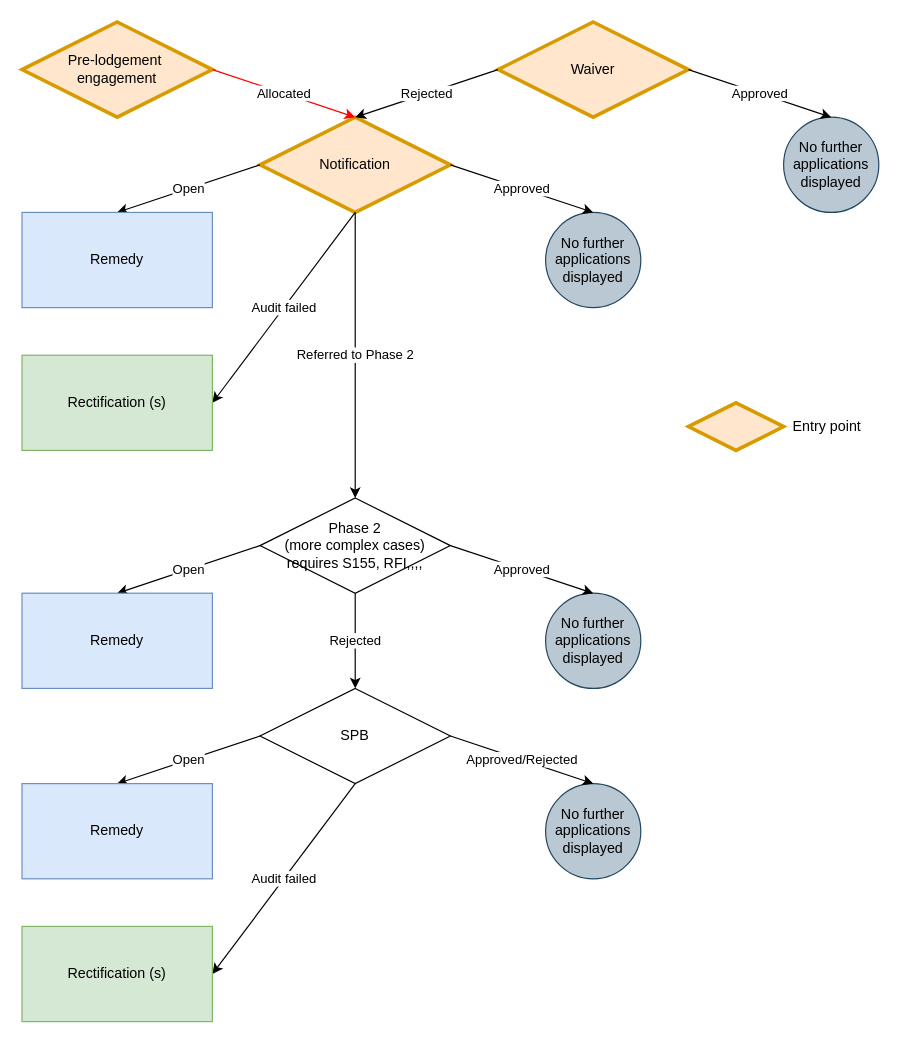
danieldotskc/helloworld keeps this draw.io diagram as page "Form flow" (4 of 12) of Merger.drawio. Above is the earlier version. Source tidied: cells renumbered, new cells numbered last; positions are measured from the earlier drawing's top-left corner, leaving out a move shared by most shapes. Both pictures are drawn from the tidied source at 119%, with x=0, y=0 at pixel (21, 21).
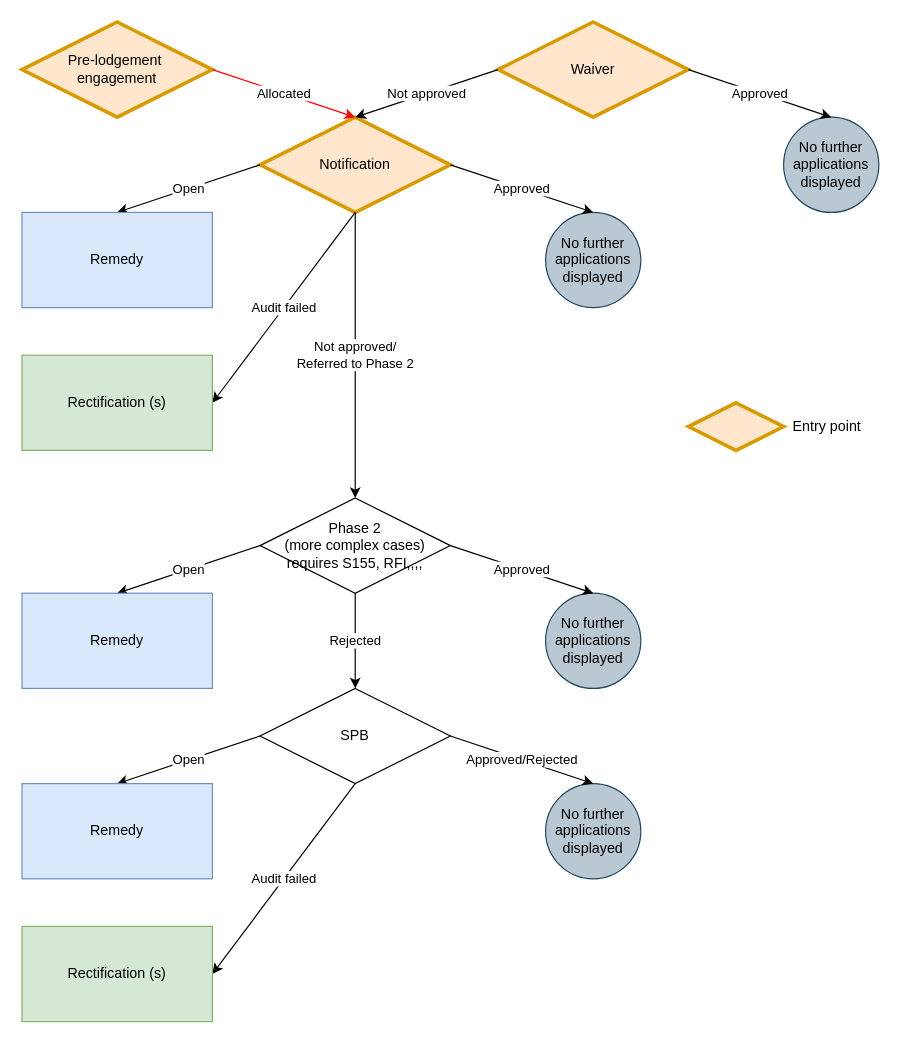
The same page after the edit.

Unchanged cells that the change refers to:
```xml
<mxCell id="2" value="Notification" style="rhombus;whiteSpace=wrap;html=1;strokeWidth=3;fillColor=#ffe6cc;strokeColor=#d79b00;" parent="1" vertex="1">
  <mxGeometry x="200" y="80" width="160" height="80" as="geometry" />
</mxCell>
<mxCell id="3" value="Waiver" style="rhombus;whiteSpace=wrap;html=1;strokeWidth=3;fillColor=#ffe6cc;strokeColor=#d79b00;" parent="1" vertex="1">
  <mxGeometry x="400" width="160" height="80" as="geometry" />
</mxCell>
<mxCell id="13" value="Phase 2&lt;div&gt;(more complex cases)&lt;/div&gt;&lt;div&gt;requires S155, RFI,,,,&lt;/div&gt;" style="rhombus;whiteSpace=wrap;html=1;" parent="1" vertex="1">
  <mxGeometry x="200" y="400" width="160" height="80" as="geometry" />
</mxCell>
```

The edit, as a diff of the source:
```diff
@@
-    <mxCell id="4" value="Rejected" style="endArrow=classic;html=1;rounded=0;exitX=0;exitY=0.5;exitDx=0;exitDy=0;entryX=0.5;entryY=0;entryDx=0;entryDy=0;" parent="1" edge="1" source="3" target="2">
+    <mxCell id="4" value="Not approved" style="endArrow=classic;html=1;rounded=0;exitX=0;exitY=0.5;exitDx=0;exitDy=0;entryX=0.5;entryY=0;entryDx=0;entryDy=0;" parent="1" edge="1" source="3" target="2">
       <mxGeometry relative="1" as="geometry" />
     </mxCell>
@@
-    <mxCell id="14" value="Referred to Phase 2" style="endArrow=classic;html=1;rounded=0;exitX=0.5;exitY=1;exitDx=0;exitDy=0;entryX=0.5;entryY=0;entryDx=0;entryDy=0;" parent="1" edge="1" source="2" target="13">
+    <mxCell id="14" value="Not approved/&lt;div&gt;Referred to Phase 2&lt;/div&gt;" style="endArrow=classic;html=1;rounded=0;exitX=0.5;exitY=1;exitDx=0;exitDy=0;entryX=0.5;entryY=0;entryDx=0;entryDy=0;" parent="1" edge="1" source="2" target="13">
       <mxGeometry relative="1" as="geometry" />
     </mxCell>
```
